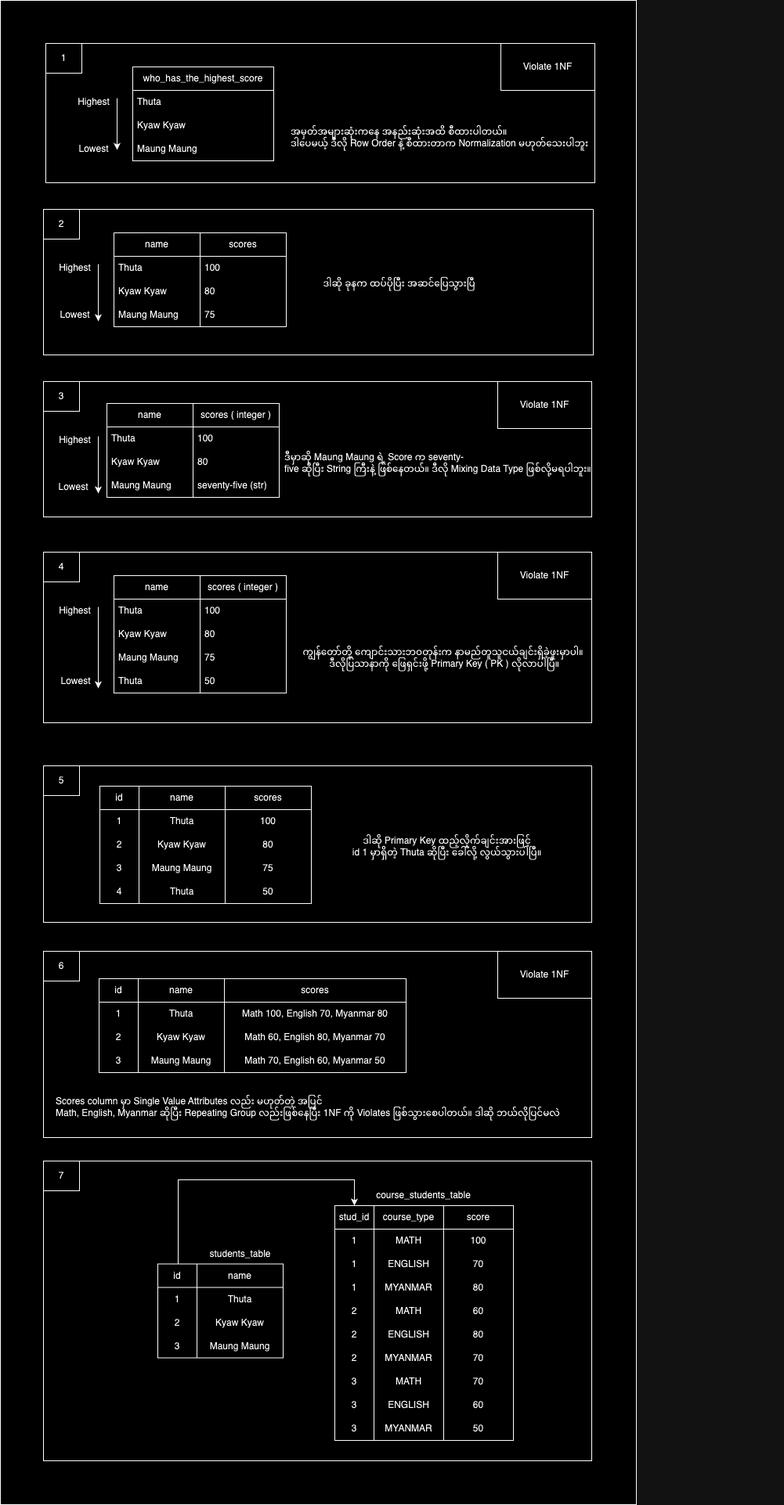
thuta21/DATABASES keeps this draw.io diagram as images/1NF.png. Above is the earlier version. Source tidied: cells renumbered, new cells last; positions are measured from the earlier drawing's top-left corner, leaving out a move shared by most shapes.
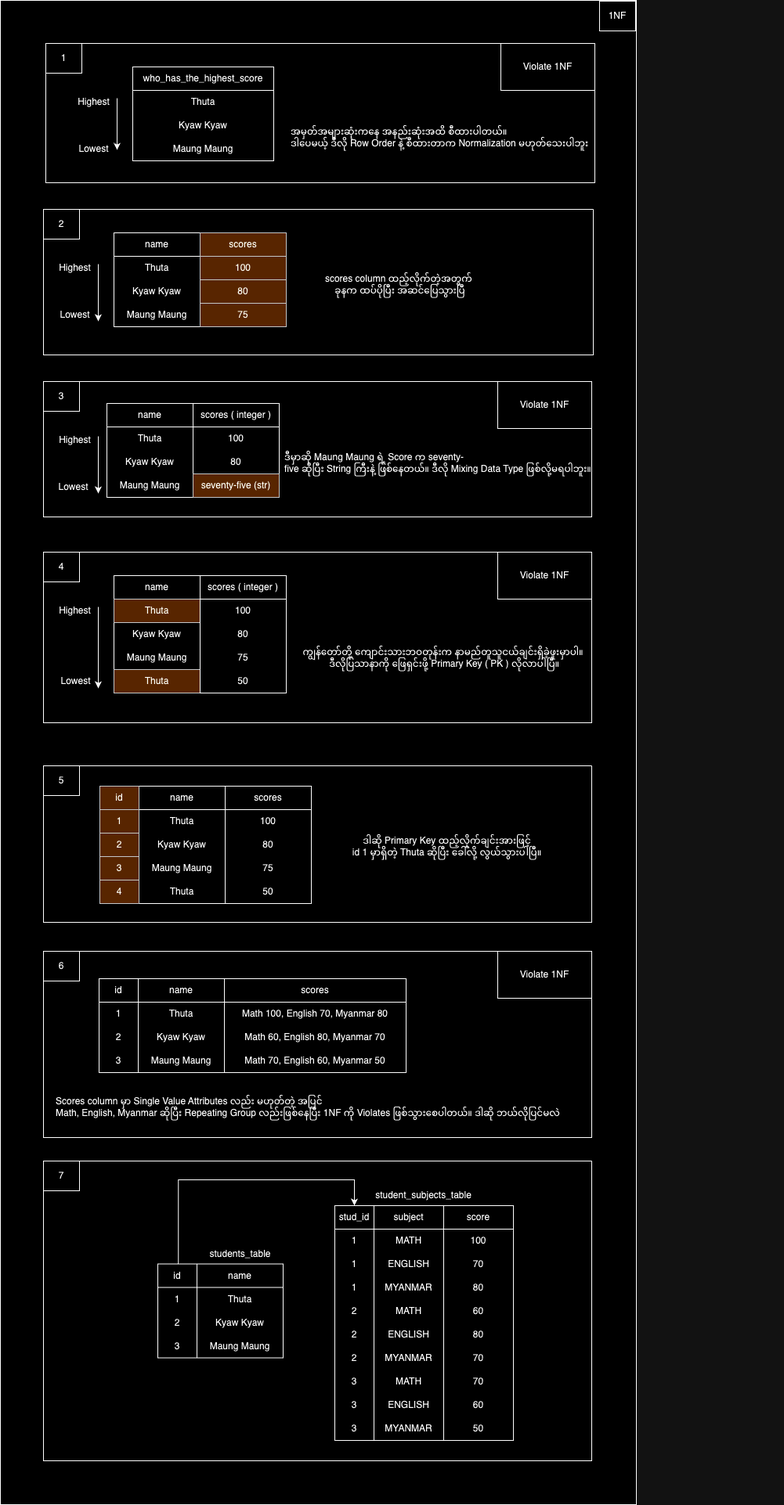
After the commit.

What changed in the source:
```diff
@@ -7,12 +7,12 @@
     </mxCell>
-    <mxCell id="3" value="who_has_the_highest_score" style="swimlane;fontStyle=0;horizontal=1;startSize=30;whiteSpace=wrap;html=1;" parent="1" vertex="1">
+    <mxCell id="3" value="who_has_the_highest_score" style="swimlane;fontStyle=0;horizontal=1;startSize=30;whiteSpace=wrap;html=1;align=center;" parent="1" vertex="1">
       <mxGeometry x="169" y="85" width="180" height="120" as="geometry" />
     </mxCell>
-    <mxCell id="4" value="Thuta" style="text;strokeColor=none;fillColor=none;align=left;verticalAlign=middle;spacingLeft=4;spacingRight=4;overflow=hidden;whiteSpace=wrap;html=1;" parent="3" vertex="1">
+    <mxCell id="4" value="Thuta" style="text;strokeColor=none;fillColor=none;align=center;verticalAlign=middle;spacingLeft=4;spacingRight=4;overflow=hidden;whiteSpace=wrap;html=1;" parent="3" vertex="1">
       <mxGeometry y="30" width="180" height="30" as="geometry" />
     </mxCell>
-    <mxCell id="5" value="Kyaw Kyaw" style="text;strokeColor=none;fillColor=none;align=left;verticalAlign=middle;spacingLeft=4;spacingRight=4;overflow=hidden;whiteSpace=wrap;html=1;" parent="3" vertex="1">
+    <mxCell id="5" value="Kyaw Kyaw" style="text;strokeColor=none;fillColor=none;align=center;verticalAlign=middle;spacingLeft=4;spacingRight=4;overflow=hidden;whiteSpace=wrap;html=1;" parent="3" vertex="1">
       <mxGeometry y="60" width="180" height="30" as="geometry" />
     </mxCell>
-    <mxCell id="6" value="Maung Maung" style="text;strokeColor=none;fillColor=none;align=left;verticalAlign=middle;spacingLeft=4;spacingRight=4;overflow=hidden;whiteSpace=wrap;html=1;" parent="3" vertex="1">
+    <mxCell id="6" value="Maung Maung" style="text;strokeColor=none;fillColor=none;align=center;verticalAlign=middle;spacingLeft=4;spacingRight=4;overflow=hidden;whiteSpace=wrap;html=1;" parent="3" vertex="1">
       <mxGeometry y="90" width="180" height="30" as="geometry" />
@@ -42,12 +42,12 @@
     </mxCell>
-    <mxCell id="14" value="name" style="swimlane;fontStyle=0;horizontal=1;startSize=30;whiteSpace=wrap;html=1;" parent="1" vertex="1">
+    <mxCell id="14" value="name" style="swimlane;fontStyle=0;horizontal=1;startSize=30;whiteSpace=wrap;html=1;align=center;" parent="1" vertex="1">
       <mxGeometry x="145" y="297" width="110" height="120" as="geometry" />
     </mxCell>
-    <mxCell id="15" value="Thuta" style="text;strokeColor=none;fillColor=none;align=left;verticalAlign=middle;spacingLeft=4;spacingRight=4;overflow=hidden;whiteSpace=wrap;html=1;" parent="14" vertex="1">
+    <mxCell id="15" value="Thuta" style="text;strokeColor=none;fillColor=none;align=center;verticalAlign=middle;spacingLeft=4;spacingRight=4;overflow=hidden;whiteSpace=wrap;html=1;" parent="14" vertex="1">
       <mxGeometry y="30" width="110" height="30" as="geometry" />
     </mxCell>
-    <mxCell id="16" value="Kyaw Kyaw" style="text;strokeColor=none;fillColor=none;align=left;verticalAlign=middle;spacingLeft=4;spacingRight=4;overflow=hidden;whiteSpace=wrap;html=1;" parent="14" vertex="1">
+    <mxCell id="16" value="Kyaw Kyaw" style="text;strokeColor=none;fillColor=none;align=center;verticalAlign=middle;spacingLeft=4;spacingRight=4;overflow=hidden;whiteSpace=wrap;html=1;" parent="14" vertex="1">
       <mxGeometry y="60" width="110" height="30" as="geometry" />
     </mxCell>
-    <mxCell id="17" value="Maung Maung" style="text;strokeColor=none;fillColor=none;align=left;verticalAlign=middle;spacingLeft=4;spacingRight=4;overflow=hidden;whiteSpace=wrap;html=1;" parent="14" vertex="1">
+    <mxCell id="17" value="Maung Maung" style="text;strokeColor=none;fillColor=none;align=center;verticalAlign=middle;spacingLeft=4;spacingRight=4;overflow=hidden;whiteSpace=wrap;html=1;" parent="14" vertex="1">
       <mxGeometry y="90" width="110" height="30" as="geometry" />
@@ -66,16 +66,16 @@
     </mxCell>
-    <mxCell id="21" value="scores" style="swimlane;fontStyle=0;horizontal=1;startSize=30;whiteSpace=wrap;html=1;" parent="20" vertex="1">
+    <mxCell id="21" value="scores" style="swimlane;fontStyle=0;horizontal=1;startSize=30;whiteSpace=wrap;html=1;align=center;fillColor=#ffcc99;strokeColor=#36393d;" parent="20" vertex="1">
       <mxGeometry x="200" y="30" width="110" height="120" as="geometry" />
     </mxCell>
-    <mxCell id="22" value="100" style="text;strokeColor=none;fillColor=none;align=left;verticalAlign=middle;spacingLeft=4;spacingRight=4;overflow=hidden;whiteSpace=wrap;html=1;" parent="21" vertex="1">
+    <mxCell id="22" value="100" style="text;strokeColor=#36393d;fillColor=#ffcc99;align=center;verticalAlign=middle;spacingLeft=4;spacingRight=4;overflow=hidden;whiteSpace=wrap;html=1;" parent="21" vertex="1">
       <mxGeometry y="30" width="110" height="30" as="geometry" />
     </mxCell>
-    <mxCell id="23" value="80" style="text;strokeColor=none;fillColor=none;align=left;verticalAlign=middle;spacingLeft=4;spacingRight=4;overflow=hidden;whiteSpace=wrap;html=1;" parent="21" vertex="1">
+    <mxCell id="23" value="80" style="text;strokeColor=#36393d;fillColor=#ffcc99;align=center;verticalAlign=middle;spacingLeft=4;spacingRight=4;overflow=hidden;whiteSpace=wrap;html=1;" parent="21" vertex="1">
       <mxGeometry y="60" width="110" height="30" as="geometry" />
     </mxCell>
-    <mxCell id="24" value="75" style="text;strokeColor=none;fillColor=none;align=left;verticalAlign=middle;spacingLeft=4;spacingRight=4;overflow=hidden;whiteSpace=wrap;html=1;" parent="21" vertex="1">
+    <mxCell id="24" value="75" style="text;strokeColor=#36393d;fillColor=#ffcc99;align=center;verticalAlign=middle;spacingLeft=4;spacingRight=4;overflow=hidden;whiteSpace=wrap;html=1;" parent="21" vertex="1">
       <mxGeometry y="90" width="110" height="30" as="geometry" />
     </mxCell>
-    <mxCell id="25" value="ဒါဆို ခုနက ထပ်ပိုပြီး အဆင်ပြေသွားပြီ" style="text;html=1;align=center;verticalAlign=middle;strokeColor=none;fillColor=none;" parent="20" vertex="1">
-      <mxGeometry x="344" y="80" width="220" height="30" as="geometry" />
+    <mxCell id="25" value="scores column ထည့်လိုက်တဲ့အတွက်&amp;nbsp;&lt;div&gt;ခုနက ထပ်ပိုပြီး အဆင်ပြေသွားပြီ&lt;/div&gt;" style="text;html=1;align=center;verticalAlign=middle;strokeColor=none;fillColor=none;" parent="20" vertex="1">
+      <mxGeometry x="350" y="75" width="209" height="41" as="geometry" />
     </mxCell>
@@ -87,12 +87,12 @@
     </mxCell>
-    <mxCell id="28" value="name" style="swimlane;fontStyle=0;horizontal=1;startSize=30;whiteSpace=wrap;html=1;" parent="1" vertex="1">
+    <mxCell id="28" value="name" style="swimlane;fontStyle=0;horizontal=1;startSize=30;whiteSpace=wrap;html=1;align=center;" parent="1" vertex="1">
       <mxGeometry x="136" y="515" width="110" height="120" as="geometry" />
     </mxCell>
-    <mxCell id="29" value="Thuta" style="text;strokeColor=none;fillColor=none;align=left;verticalAlign=middle;spacingLeft=4;spacingRight=4;overflow=hidden;whiteSpace=wrap;html=1;" parent="28" vertex="1">
+    <mxCell id="29" value="Thuta" style="text;strokeColor=none;fillColor=none;align=center;verticalAlign=middle;spacingLeft=4;spacingRight=4;overflow=hidden;whiteSpace=wrap;html=1;" parent="28" vertex="1">
       <mxGeometry y="30" width="110" height="30" as="geometry" />
     </mxCell>
-    <mxCell id="30" value="Kyaw Kyaw" style="text;strokeColor=none;fillColor=none;align=left;verticalAlign=middle;spacingLeft=4;spacingRight=4;overflow=hidden;whiteSpace=wrap;html=1;" parent="28" vertex="1">
+    <mxCell id="30" value="Kyaw Kyaw" style="text;strokeColor=none;fillColor=none;align=center;verticalAlign=middle;spacingLeft=4;spacingRight=4;overflow=hidden;whiteSpace=wrap;html=1;" parent="28" vertex="1">
       <mxGeometry y="60" width="110" height="30" as="geometry" />
     </mxCell>
-    <mxCell id="31" value="Maung Maung" style="text;strokeColor=none;fillColor=none;align=left;verticalAlign=middle;spacingLeft=4;spacingRight=4;overflow=hidden;whiteSpace=wrap;html=1;" parent="28" vertex="1">
+    <mxCell id="31" value="Maung Maung" style="text;strokeColor=none;fillColor=none;align=center;verticalAlign=middle;spacingLeft=4;spacingRight=4;overflow=hidden;whiteSpace=wrap;html=1;" parent="28" vertex="1">
       <mxGeometry y="90" width="110" height="30" as="geometry" />
@@ -111,12 +111,12 @@
     </mxCell>
-    <mxCell id="35" value="scores ( integer )" style="swimlane;fontStyle=0;horizontal=1;startSize=30;whiteSpace=wrap;html=1;" parent="34" vertex="1">
+    <mxCell id="35" value="scores ( integer )" style="swimlane;fontStyle=0;horizontal=1;startSize=30;whiteSpace=wrap;html=1;align=center;" parent="34" vertex="1">
       <mxGeometry x="191" y="28" width="110" height="120" as="geometry" />
     </mxCell>
-    <mxCell id="36" value="100" style="text;strokeColor=none;fillColor=none;align=left;verticalAlign=middle;spacingLeft=4;spacingRight=4;overflow=hidden;whiteSpace=wrap;html=1;" parent="35" vertex="1">
+    <mxCell id="36" value="100" style="text;strokeColor=none;fillColor=none;align=center;verticalAlign=middle;spacingLeft=4;spacingRight=4;overflow=hidden;whiteSpace=wrap;html=1;" parent="35" vertex="1">
       <mxGeometry y="30" width="110" height="30" as="geometry" />
     </mxCell>
-    <mxCell id="37" value="80" style="text;strokeColor=none;fillColor=none;align=left;verticalAlign=middle;spacingLeft=4;spacingRight=4;overflow=hidden;whiteSpace=wrap;html=1;" parent="35" vertex="1">
+    <mxCell id="37" value="80" style="text;strokeColor=none;fillColor=none;align=center;verticalAlign=middle;spacingLeft=4;spacingRight=4;overflow=hidden;whiteSpace=wrap;html=1;" parent="35" vertex="1">
       <mxGeometry y="60" width="110" height="30" as="geometry" />
     </mxCell>
-    <mxCell id="38" value="seventy-five (str)" style="text;strokeColor=none;fillColor=none;align=left;verticalAlign=middle;spacingLeft=4;spacingRight=4;overflow=hidden;whiteSpace=wrap;html=1;" parent="35" vertex="1">
+    <mxCell id="38" value="seventy-five (str)" style="text;strokeColor=#36393d;fillColor=#ffcc99;align=center;verticalAlign=middle;spacingLeft=4;spacingRight=4;overflow=hidden;whiteSpace=wrap;html=1;" parent="35" vertex="1">
       <mxGeometry y="90" width="110" height="30" as="geometry" />
@@ -138,12 +138,12 @@
     </mxCell>
-    <mxCell id="44" value="Thuta" style="text;strokeColor=none;fillColor=none;align=left;verticalAlign=middle;spacingLeft=4;spacingRight=4;overflow=hidden;whiteSpace=wrap;html=1;" parent="43" vertex="1">
+    <mxCell id="44" value="Thuta" style="text;strokeColor=#36393d;fillColor=#ffcc99;align=center;verticalAlign=middle;spacingLeft=4;spacingRight=4;overflow=hidden;whiteSpace=wrap;html=1;" parent="43" vertex="1">
       <mxGeometry y="30" width="110" height="30" as="geometry" />
     </mxCell>
-    <mxCell id="45" value="Kyaw Kyaw" style="text;strokeColor=none;fillColor=none;align=left;verticalAlign=middle;spacingLeft=4;spacingRight=4;overflow=hidden;whiteSpace=wrap;html=1;" parent="43" vertex="1">
+    <mxCell id="45" value="Kyaw Kyaw" style="text;strokeColor=none;fillColor=none;align=center;verticalAlign=middle;spacingLeft=4;spacingRight=4;overflow=hidden;whiteSpace=wrap;html=1;" parent="43" vertex="1">
       <mxGeometry y="60" width="110" height="30" as="geometry" />
     </mxCell>
-    <mxCell id="46" value="Maung Maung" style="text;strokeColor=none;fillColor=none;align=left;verticalAlign=middle;spacingLeft=4;spacingRight=4;overflow=hidden;whiteSpace=wrap;html=1;" parent="43" vertex="1">
+    <mxCell id="46" value="Maung Maung" style="text;strokeColor=none;fillColor=none;align=center;verticalAlign=middle;spacingLeft=4;spacingRight=4;overflow=hidden;whiteSpace=wrap;html=1;" parent="43" vertex="1">
       <mxGeometry y="90" width="110" height="30" as="geometry" />
     </mxCell>
-    <mxCell id="47" value="Thuta" style="text;strokeColor=none;fillColor=none;align=left;verticalAlign=middle;spacingLeft=4;spacingRight=4;overflow=hidden;whiteSpace=wrap;html=1;" parent="43" vertex="1">
+    <mxCell id="47" value="Thuta" style="text;strokeColor=#36393d;fillColor=#ffcc99;align=center;verticalAlign=middle;spacingLeft=4;spacingRight=4;overflow=hidden;whiteSpace=wrap;html=1;" parent="43" vertex="1">
       <mxGeometry y="120" width="110" height="30" as="geometry" />
@@ -165,12 +165,12 @@
     </mxCell>
-    <mxCell id="52" value="100" style="text;strokeColor=none;fillColor=none;align=left;verticalAlign=middle;spacingLeft=4;spacingRight=4;overflow=hidden;whiteSpace=wrap;html=1;" parent="51" vertex="1">
+    <mxCell id="52" value="100" style="text;strokeColor=none;fillColor=none;align=center;verticalAlign=middle;spacingLeft=4;spacingRight=4;overflow=hidden;whiteSpace=wrap;html=1;" parent="51" vertex="1">
       <mxGeometry y="30" width="110" height="30" as="geometry" />
     </mxCell>
-    <mxCell id="53" value="80" style="text;strokeColor=none;fillColor=none;align=left;verticalAlign=middle;spacingLeft=4;spacingRight=4;overflow=hidden;whiteSpace=wrap;html=1;" parent="51" vertex="1">
+    <mxCell id="53" value="80" style="text;strokeColor=none;fillColor=none;align=center;verticalAlign=middle;spacingLeft=4;spacingRight=4;overflow=hidden;whiteSpace=wrap;html=1;" parent="51" vertex="1">
       <mxGeometry y="60" width="110" height="30" as="geometry" />
     </mxCell>
-    <mxCell id="54" value="75" style="text;strokeColor=none;fillColor=none;align=left;verticalAlign=middle;spacingLeft=4;spacingRight=4;overflow=hidden;whiteSpace=wrap;html=1;" parent="51" vertex="1">
+    <mxCell id="54" value="75" style="text;strokeColor=none;fillColor=none;align=center;verticalAlign=middle;spacingLeft=4;spacingRight=4;overflow=hidden;whiteSpace=wrap;html=1;" parent="51" vertex="1">
       <mxGeometry y="90" width="110" height="30" as="geometry" />
     </mxCell>
-    <mxCell id="55" value="50" style="text;strokeColor=none;fillColor=none;align=left;verticalAlign=middle;spacingLeft=4;spacingRight=4;overflow=hidden;whiteSpace=wrap;html=1;" parent="51" vertex="1">
+    <mxCell id="55" value="50" style="text;strokeColor=none;fillColor=none;align=center;verticalAlign=middle;spacingLeft=4;spacingRight=4;overflow=hidden;whiteSpace=wrap;html=1;" parent="51" vertex="1">
       <mxGeometry y="120" width="110" height="30" as="geometry" />
@@ -225,15 +225,15 @@
     </mxCell>
-    <mxCell id="72" value="id" style="swimlane;fontStyle=0;horizontal=1;startSize=30;whiteSpace=wrap;html=1;align=center;" parent="60" vertex="1">
+    <mxCell id="72" value="id" style="swimlane;fontStyle=0;horizontal=1;startSize=30;whiteSpace=wrap;html=1;align=center;fillColor=#ffcc99;strokeColor=#36393d;" parent="60" vertex="1">
       <mxGeometry x="72" y="26" width="50" height="150" as="geometry" />
     </mxCell>
-    <mxCell id="73" value="1" style="text;strokeColor=none;fillColor=none;align=center;verticalAlign=middle;spacingLeft=4;spacingRight=4;overflow=hidden;whiteSpace=wrap;html=1;" parent="72" vertex="1">
+    <mxCell id="73" value="1" style="text;strokeColor=#36393d;fillColor=#ffcc99;align=center;verticalAlign=middle;spacingLeft=4;spacingRight=4;overflow=hidden;whiteSpace=wrap;html=1;" parent="72" vertex="1">
       <mxGeometry y="30" width="50" height="30" as="geometry" />
     </mxCell>
-    <mxCell id="74" value="2" style="text;strokeColor=none;fillColor=none;align=center;verticalAlign=middle;spacingLeft=4;spacingRight=4;overflow=hidden;whiteSpace=wrap;html=1;" parent="72" vertex="1">
+    <mxCell id="74" value="2" style="text;strokeColor=#36393d;fillColor=#ffcc99;align=center;verticalAlign=middle;spacingLeft=4;spacingRight=4;overflow=hidden;whiteSpace=wrap;html=1;" parent="72" vertex="1">
       <mxGeometry y="60" width="50" height="30" as="geometry" />
     </mxCell>
-    <mxCell id="75" value="3" style="text;strokeColor=none;fillColor=none;align=center;verticalAlign=middle;spacingLeft=4;spacingRight=4;overflow=hidden;whiteSpace=wrap;html=1;" parent="72" vertex="1">
+    <mxCell id="75" value="3" style="text;strokeColor=#36393d;fillColor=#ffcc99;align=center;verticalAlign=middle;spacingLeft=4;spacingRight=4;overflow=hidden;whiteSpace=wrap;html=1;" parent="72" vertex="1">
       <mxGeometry y="90" width="50" height="30" as="geometry" />
     </mxCell>
-    <mxCell id="76" value="4" style="text;strokeColor=none;fillColor=none;align=center;verticalAlign=middle;spacingLeft=4;spacingRight=4;overflow=hidden;whiteSpace=wrap;html=1;" parent="72" vertex="1">
+    <mxCell id="76" value="4" style="text;strokeColor=#36393d;fillColor=#ffcc99;align=center;verticalAlign=middle;spacingLeft=4;spacingRight=4;overflow=hidden;whiteSpace=wrap;html=1;" parent="72" vertex="1">
       <mxGeometry y="120" width="50" height="30" as="geometry" />
@@ -327,3 +327,3 @@
     </mxCell>
-    <mxCell id="106" value="course_type" style="swimlane;fontStyle=0;horizontal=1;startSize=30;whiteSpace=wrap;html=1;align=center;" parent="94" vertex="1">
+    <mxCell id="106" value="subject" style="swimlane;fontStyle=0;horizontal=1;startSize=30;whiteSpace=wrap;html=1;align=center;" parent="94" vertex="1">
       <mxGeometry x="422" y="57" width="89" height="300" as="geometry" />
@@ -387,4 +387,4 @@
     </mxCell>
-    <mxCell id="126" value="course_students_table" style="text;html=1;align=center;verticalAlign=middle;strokeColor=none;fillColor=none;" parent="94" vertex="1">
-      <mxGeometry x="415" y="31" width="139" height="26" as="geometry" />
+    <mxCell id="126" value="student_subjects_table" style="text;html=1;align=center;verticalAlign=middle;strokeColor=none;fillColor=none;" parent="94" vertex="1">
+      <mxGeometry x="414" y="31" width="141" height="26" as="geometry" />
     </mxCell>
@@ -425,2 +425,5 @@
     </mxCell>
+    <mxCell id="137" value="1NF" style="rounded=0;whiteSpace=wrap;html=1;" parent="1" vertex="1">
+      <mxGeometry x="765" y="1" width="46" height="38" as="geometry" />
+    </mxCell>
   </root>
```
